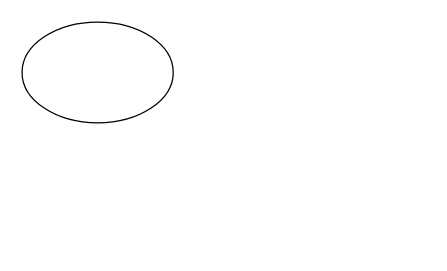
The draw.io diagram Untitled Diagram.drawio in BakkaliHanane/Hanane-Bakkali, before the edit. Source tidied: cells renumbered, new cells numbered last; positions are measured from the earlier drawing's top-left corner, leaving out a move shared by most shapes. Both pictures are drawn from the tidied source at 126%, with x=0, y=0 at pixel (21, 21).
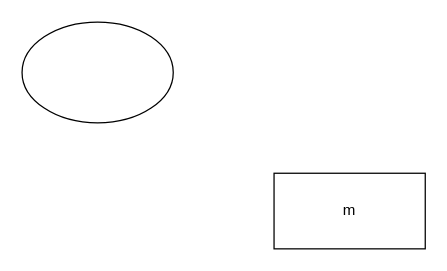
The same diagram, later.

Change to the diagram source:
```diff
@@
 <mxGraphModel>
   <root>
     <mxCell id="0" />
     <mxCell id="1" parent="0" />
     <mxCell id="2" style="ellipse;whiteSpace=wrap;html=1;" parent="1" vertex="1">
       <mxGeometry width="120" height="80" as="geometry" />
     </mxCell>
+    <mxCell id="3" value="m" style="whiteSpace=wrap;html=1;" parent="1" vertex="1">
+      <mxGeometry x="200" y="120" width="120" height="60" as="geometry" />
+    </mxCell>
   </root>
 </mxGraphModel>
```
